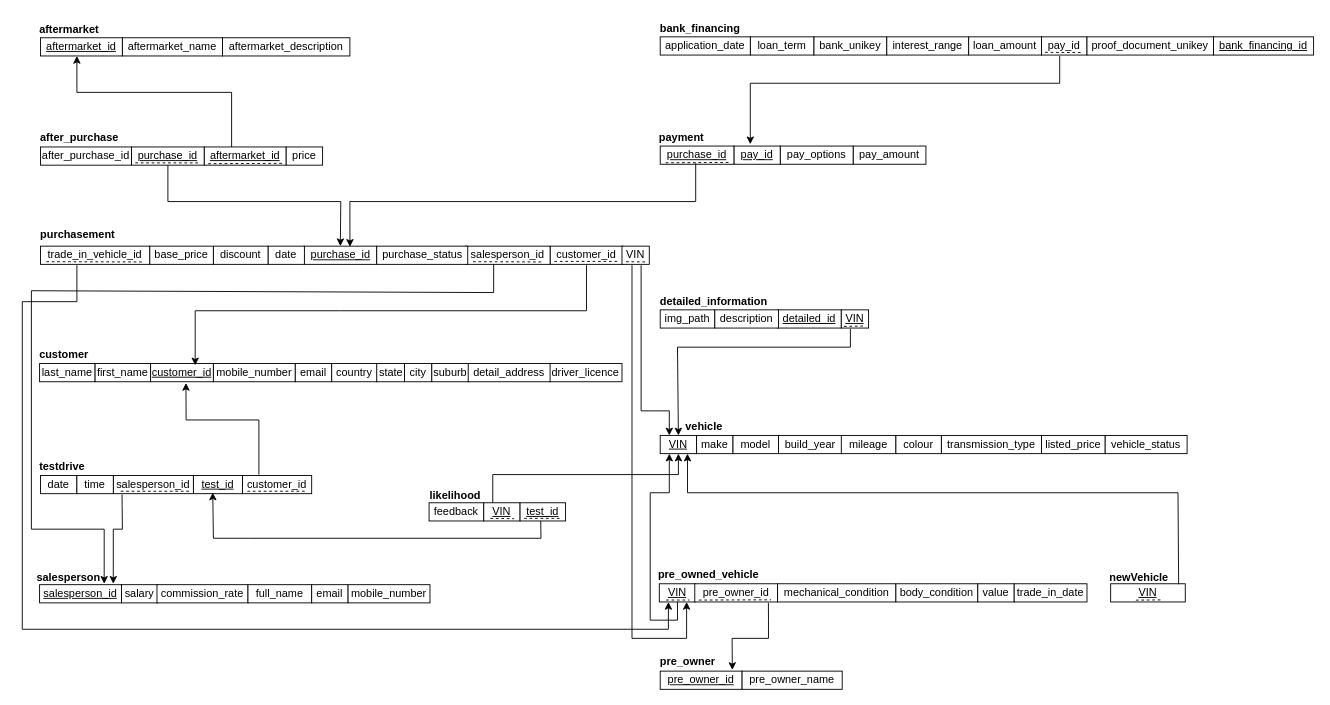
This is 未命名绘图.drawio from Syrus-jpg/LeetCode, a draw.io file, before an edit. Source tidied: cells renumbered, new cells numbered last; positions are measured from the earlier drawing's top-left corner, leaving out a move shared by most shapes. Both pictures are drawn from the tidied source at 91%, with x=0, y=0 at pixel (22, 15).
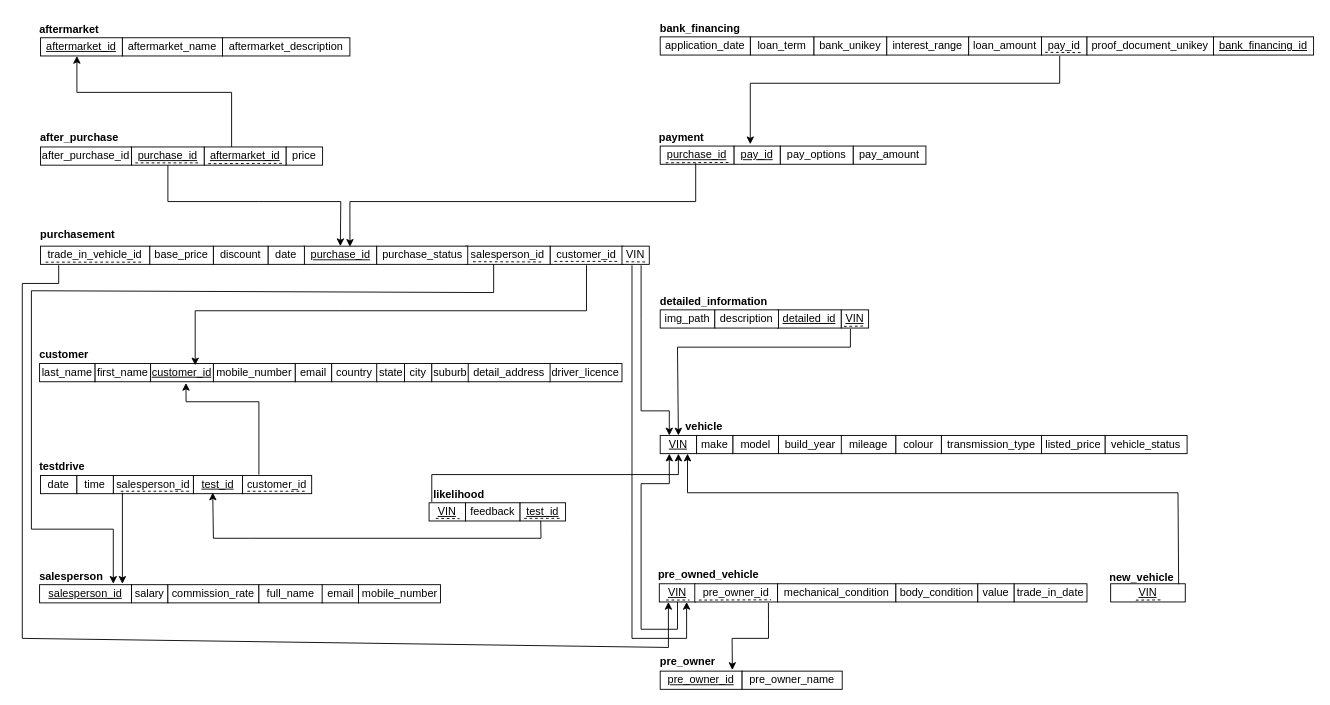
The same diagram, later.

Commit message (it also covers changes not shown here):
更新未命名绘图.drawio

The change refers to these unchanged cells:
```xml
<mxCell id="4" value="&lt;u&gt;customer_id&lt;/u&gt;" style="rounded=0;whiteSpace=wrap;html=1;" parent="1" vertex="1">
  <mxGeometry x="141" y="382" width="69" height="20" as="geometry" />
</mxCell>
<mxCell id="10" value="salesperson_id" style="rounded=0;whiteSpace=wrap;html=1;" parent="1" vertex="1">
  <mxGeometry x="100" y="505" width="88" height="20" as="geometry" />
</mxCell>
<mxCell id="24" value="trade_in_vehicle_id" style="rounded=0;whiteSpace=wrap;html=1;" parent="1" vertex="1">
  <mxGeometry x="20" y="253" width="120" height="20" as="geometry" />
</mxCell>
<mxCell id="26" value="salesperson_id" style="rounded=0;whiteSpace=wrap;html=1;" parent="1" vertex="1">
  <mxGeometry x="487" y="253" width="93" height="20" as="geometry" />
</mxCell>
<mxCell id="41" value="&lt;u&gt;VIN&lt;/u&gt;" style="rounded=0;whiteSpace=wrap;html=1;" parent="1" vertex="1">
  <mxGeometry x="701" y="461" width="40" height="20" as="geometry" />
</mxCell>
<mxCell id="61" value="&lt;u&gt;VIN&lt;/u&gt;" style="rounded=0;whiteSpace=wrap;html=1;" parent="1" vertex="1">
  <mxGeometry x="700" y="624" width="40" height="20" as="geometry" />
</mxCell>
```

Change to the diagram source:
```diff
@@
     <mxCell id="13" value="&lt;u&gt;salesperson_id&lt;/u&gt;" style="rounded=0;whiteSpace=wrap;html=1;" parent="1" vertex="1">
-      <mxGeometry x="19" y="625" width="90" height="20" as="geometry" />
+      <mxGeometry x="19" y="625" width="101" height="20" as="geometry" />
     </mxCell>
     <mxCell id="14" value="salary" style="rounded=0;whiteSpace=wrap;html=1;" parent="1" vertex="1">
-      <mxGeometry x="109" y="625" width="40" height="20" as="geometry" />
+      <mxGeometry x="120" y="625" width="40" height="20" as="geometry" />
     </mxCell>
     <mxCell id="15" value="commission_rate" style="rounded=0;whiteSpace=wrap;html=1;" parent="1" vertex="1">
-      <mxGeometry x="148" y="625" width="100" height="20" as="geometry" />
+      <mxGeometry x="160" y="625" width="100" height="20" as="geometry" />
     </mxCell>
     <mxCell id="16" value="full_name" style="rounded=0;whiteSpace=wrap;html=1;" parent="1" vertex="1">
-      <mxGeometry x="248" y="625" width="70" height="20" as="geometry" />
+      <mxGeometry x="260" y="625" width="70" height="20" as="geometry" />
     </mxCell>
     <mxCell id="17" value="email" style="rounded=0;whiteSpace=wrap;html=1;" parent="1" vertex="1">
-      <mxGeometry x="318" y="625" width="40" height="20" as="geometry" />
+      <mxGeometry x="329.5" y="625" width="40" height="20" as="geometry" />
     </mxCell>
     <mxCell id="18" value="mobile_number" style="rounded=0;whiteSpace=wrap;html=1;" parent="1" vertex="1">
-      <mxGeometry x="358" y="625" width="90" height="20" as="geometry" />
+      <mxGeometry x="369.5" y="625" width="90" height="20" as="geometry" />
     </mxCell>
     <mxCell id="19" value="&lt;u&gt;VIN&lt;/u&gt;" style="rounded=0;whiteSpace=wrap;html=1;" parent="1" vertex="1">
-      <mxGeometry x="507" y="535" width="40" height="20" as="geometry" />
+      <mxGeometry x="447" y="535" width="40" height="20" as="geometry" />
     </mxCell>
     <mxCell id="20" value="feedback" style="rounded=0;whiteSpace=wrap;html=1;" parent="1" vertex="1">
-      <mxGeometry x="447" y="535" width="60" height="20" as="geometry" />
+      <mxGeometry x="487" y="535" width="60" height="20" as="geometry" />
     </mxCell>
@@
-    <mxCell id="76" style="endArrow=none;dashed=1;html=1;rounded=0;exitX=0.053;exitY=0.854;exitDx=0;exitDy=0;exitPerimeter=0;entryX=0.939;entryY=0.868;entryDx=0;entryDy=0;entryPerimeter=0;" parent="1" edge="1" source="24" target="24">
-      <mxGeometry relative="1" as="geometry" />
-    </mxCell>
@@
     <mxCell id="83" style="endArrow=classic;html=1;rounded=0;exitX=0.333;exitY=1;exitDx=0;exitDy=0;exitPerimeter=0;" parent="1" edge="1" source="26">
       <mxGeometry relative="1" as="geometry">
-        <mxPoint x="90" y="624" as="targetPoint" />
+        <mxPoint x="100" y="624" as="targetPoint" />
         <Array as="points">
           <mxPoint x="518" y="304" />
           <mxPoint x="10" y="302" />
           <mxPoint x="10" y="564" />
-          <mxPoint x="90" y="564" />
+          <mxPoint x="100" y="564" />
         </Array>
       </mxGeometry>
     </mxCell>
@@
     <mxCell id="86" style="endArrow=classic;html=1;rounded=0;entryX=0.563;entryY=1.067;entryDx=0;entryDy=0;entryPerimeter=0;" parent="1" edge="1" target="4">
       <mxGeometry relative="1" as="geometry">
         <mxPoint x="260" y="504" as="sourcePoint" />
         <Array as="points">
-          <mxPoint x="260" y="444" />
-          <mxPoint x="180" y="444" />
+          <mxPoint x="260" y="424" />
+          <mxPoint x="180" y="424" />
         </Array>
       </mxGeometry>
     </mxCell>
-    <mxCell id="87" style="endArrow=classic;html=1;rounded=0;exitX=0.109;exitY=1.044;exitDx=0;exitDy=0;exitPerimeter=0;" parent="1" edge="1" source="10">
-      <mxGeometry relative="1" as="geometry">
-        <mxPoint x="100" y="624" as="targetPoint" />
-        <Array as="points">
-          <mxPoint x="110" y="564" />
-          <mxPoint x="100" y="564" />
-        </Array>
-      </mxGeometry>
-    </mxCell>
@@
-    <mxCell id="89" style="endArrow=classic;html=1;rounded=0;exitX=0.25;exitY=0;exitDx=0;exitDy=0;entryX=0.5;entryY=1;entryDx=0;entryDy=0;" parent="1" edge="1" source="19" target="41">
+    <mxCell id="89" style="endArrow=classic;html=1;rounded=0;entryX=0.5;entryY=1;entryDx=0;entryDy=0;" parent="1" edge="1" target="41">
       <mxGeometry relative="1" as="geometry">
+        <mxPoint x="450" y="534" as="sourcePoint" />
         <Array as="points">
-          <mxPoint x="517" y="504" />
+          <mxPoint x="450" y="504" />
           <mxPoint x="721" y="504" />
         </Array>
       </mxGeometry>
     </mxCell>
@@
     <mxCell id="91" style="endArrow=classic;html=1;rounded=0;exitX=0.5;exitY=1;exitDx=0;exitDy=0;entryX=0.25;entryY=1;entryDx=0;entryDy=0;" parent="1" edge="1" source="61" target="41">
       <mxGeometry relative="1" as="geometry">
         <Array as="points">
-          <mxPoint x="720" y="664" />
-          <mxPoint x="690" y="664" />
-          <mxPoint x="690" y="524" />
-          <mxPoint x="711" y="524" />
+          <mxPoint x="720" y="674" />
+          <mxPoint x="680" y="674" />
+          <mxPoint x="680" y="514" />
+          <mxPoint x="711" y="514" />
         </Array>
       </mxGeometry>
     </mxCell>
-    <mxCell id="92" style="endArrow=classic;html=1;rounded=0;" parent="1" edge="1">
-      <mxGeometry relative="1" as="geometry">
-        <mxPoint x="60" y="274" as="sourcePoint" />
-        <mxPoint x="710" y="644" as="targetPoint" />
-        <Array as="points">
-          <mxPoint x="60" y="314" />
-          <mxPoint y="314" />
-          <mxPoint y="674" />
-          <mxPoint x="710" y="674" />
-        </Array>
-      </mxGeometry>
-    </mxCell>
@@
     <mxCell id="97" value="&lt;b style=&quot;forced-color-adjust: none; color: rgb(0, 0, 0); font-family: Helvetica; font-size: 12px; font-style: normal; font-variant-ligatures: normal; font-variant-caps: normal; letter-spacing: normal; orphans: 2; text-align: center; text-indent: 0px; text-transform: none; widows: 2; word-spacing: 0px; -webkit-text-stroke-width: 0px; white-space: normal; text-decoration-thickness: initial; text-decoration-style: initial; text-decoration-color: initial;&quot;&gt;salesperson&lt;/b&gt;" style="text;whiteSpace=wrap;html=1;" parent="1" vertex="1">
-      <mxGeometry x="14" y="603" width="100" height="40" as="geometry" />
+      <mxGeometry x="17" y="602" width="116" height="40" as="geometry" />
     </mxCell>
@@
     <mxCell id="103" value="&lt;b style=&quot;forced-color-adjust: none; color: rgb(0, 0, 0); font-family: Helvetica; font-size: 12px; font-style: normal; font-variant-ligatures: normal; font-variant-caps: normal; letter-spacing: normal; orphans: 2; text-align: center; text-indent: 0px; text-transform: none; widows: 2; word-spacing: 0px; -webkit-text-stroke-width: 0px; white-space: normal; text-decoration-thickness: initial; text-decoration-style: initial; text-decoration-color: initial;&quot;&gt;likelihood&lt;/b&gt;" style="text;whiteSpace=wrap;html=1;" parent="1" vertex="1">
-      <mxGeometry x="446" y="513" width="90" height="40" as="geometry" />
+      <mxGeometry x="450" y="512" width="90" height="40" as="geometry" />
     </mxCell>
@@
-    <mxCell id="109" value="&lt;b style=&quot;forced-color-adjust: none; color: rgb(0, 0, 0); font-family: Helvetica; font-size: 12px; font-style: normal; font-variant-ligatures: normal; font-variant-caps: normal; letter-spacing: normal; orphans: 2; text-align: center; text-indent: 0px; text-transform: none; widows: 2; word-spacing: 0px; -webkit-text-stroke-width: 0px; white-space: normal; text-decoration-thickness: initial; text-decoration-style: initial; text-decoration-color: initial;&quot;&gt;newVehicle&lt;/b&gt;" style="text;whiteSpace=wrap;html=1;" parent="1" vertex="1">
+    <mxCell id="109" value="&lt;b style=&quot;forced-color-adjust: none; color: rgb(0, 0, 0); font-family: Helvetica; font-size: 12px; font-style: normal; font-variant-ligatures: normal; font-variant-caps: normal; letter-spacing: normal; orphans: 2; text-align: center; text-indent: 0px; text-transform: none; widows: 2; word-spacing: 0px; -webkit-text-stroke-width: 0px; white-space: normal; text-decoration-thickness: initial; text-decoration-style: initial; text-decoration-color: initial;&quot;&gt;new_v&lt;/b&gt;&lt;b style=&quot;background-color: transparent; color: rgb(0, 0, 0); text-align: center;&quot;&gt;ehicle&lt;/b&gt;" style="text;whiteSpace=wrap;html=1;" parent="1" vertex="1">
       <mxGeometry x="1193" y="603" width="100" height="40" as="geometry" />
     </mxCell>
@@
+    <mxCell id="125" style="endArrow=classic;html=1;rounded=0;" parent="1" edge="1">
+      <mxGeometry relative="1" as="geometry">
+        <mxPoint x="110" y="524" as="sourcePoint" />
+        <mxPoint x="110" y="624" as="targetPoint" />
+      </mxGeometry>
+    </mxCell>
+    <mxCell id="76" style="endArrow=none;dashed=1;html=1;rounded=0;exitX=0.047;exitY=0.879;exitDx=0;exitDy=0;exitPerimeter=0;entryX=0.943;entryY=0.879;entryDx=0;entryDy=0;entryPerimeter=0;" parent="1" edge="1" source="24" target="24">
+      <mxGeometry relative="1" as="geometry" />
+    </mxCell>
+    <mxCell id="126" style="endArrow=classic;html=1;rounded=0;" parent="1" edge="1">
+      <mxGeometry relative="1" as="geometry">
+        <mxPoint x="40" y="274" as="sourcePoint" />
+        <mxPoint x="710" y="644" as="targetPoint" />
+        <Array as="points">
+          <mxPoint x="40" y="294" />
+          <mxPoint y="294" />
+          <mxPoint y="354" />
+          <mxPoint y="684" />
+          <mxPoint x="710" y="694" />
+        </Array>
+      </mxGeometry>
+    </mxCell>
```
